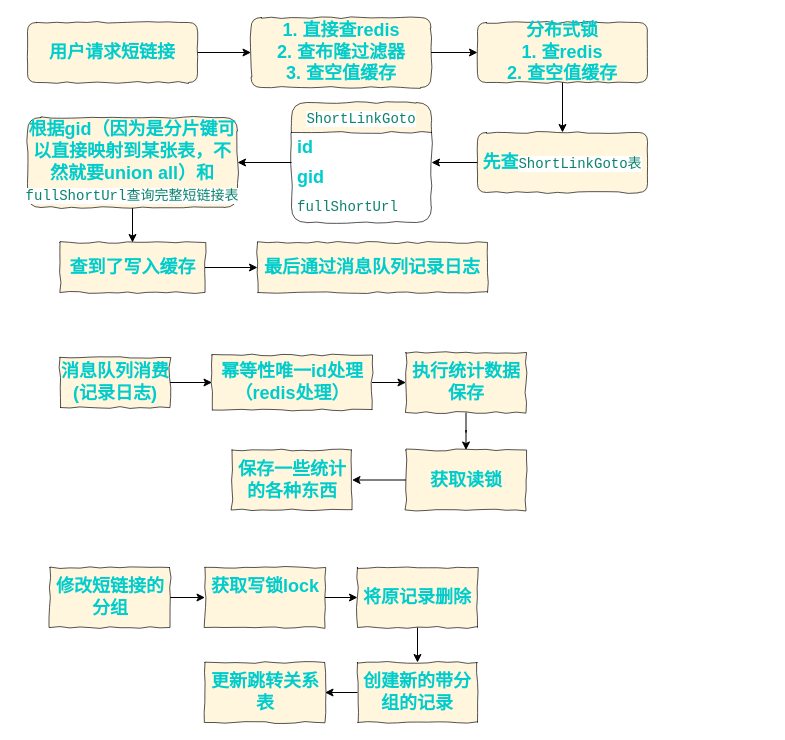
This is redis/短链接读写锁示意图.drawio from lanendiencgr2002/drawio_photos, a draw.io file, before an edit. Source tidied: cells renumbered, new cells numbered last; positions are measured from the earlier drawing's top-left corner, leaving out a move shared by most shapes. Both pictures are drawn from the tidied source at 100%, with x=0, y=0 at pixel (27, 17).
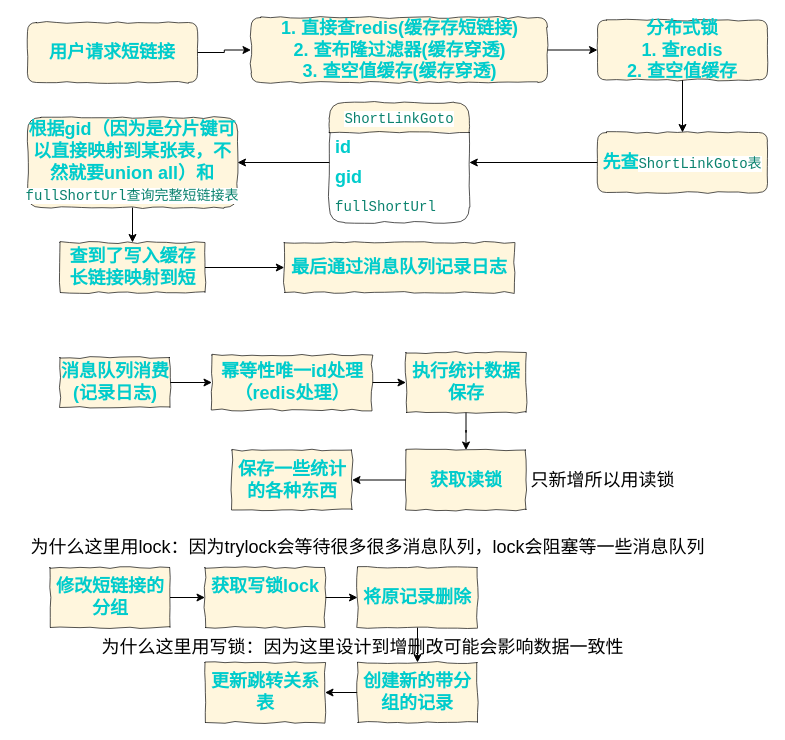
The same page after the edit.

Commit message:
更新短链接读写锁示意图.drawio

The edit, as a diff of the source:
```diff
@@
     <mxCell id="5" value="先查&lt;span style=&quot;color: rgb(10, 130, 110); background-color: rgb(255, 255, 255); font-family: Consolas, &amp;quot;Courier New&amp;quot;, monospace; font-size: 14px; font-weight: normal; white-space: pre;&quot;&gt;ShortLinkGoto表&lt;/span&gt;" style="rounded=1;whiteSpace=wrap;html=1;fontSize=18;textShadow=0;fontStyle=1;comic=1;fillColor=#fff2cc;strokeColor=default;autosizeGrid=1;gradientColor=none;opacity=67;fontColor=light-dark(#00CCCC,#FF9090);labelBackgroundColor=none;labelBorderColor=none;horizontal=1;fontFamily=Helvetica;" parent="1" vertex="1">
-      <mxGeometry x="450" y="115" width="170" height="60" as="geometry" />
+      <mxGeometry x="570" y="115" width="170" height="60" as="geometry" />
     </mxCell>
@@
     <mxCell id="7" value="&lt;span style=&quot;color: rgb(10, 130, 110); font-family: Consolas, &amp;quot;Courier New&amp;quot;, monospace; font-size: 14px; white-space: pre; background-color: rgb(255, 255, 255);&quot;&gt;ShortLinkGoto&lt;/span&gt;" style="swimlane;fontStyle=0;horizontal=1;startSize=30;whiteSpace=wrap;html=1;rounded=1;comic=1;opacity=67;strokeColor=default;align=center;verticalAlign=middle;fontFamily=Helvetica;fontSize=18;fontColor=light-dark(#00CCCC,#FF9090);labelBorderColor=none;labelBackgroundColor=none;fillColor=#fff2cc;gradientColor=none;arcSize=17;" parent="1" vertex="1">
-      <mxGeometry x="264" y="85" width="140" height="120" as="geometry" />
+      <mxGeometry x="301.8" y="85" width="140" height="120" as="geometry" />
     </mxCell>
@@
-    <mxCell id="14" value="1.&amp;nbsp;直接查redis&lt;div&gt;2. 查布隆过滤器&lt;/div&gt;&lt;div&gt;3.&amp;nbsp;查空值缓存&lt;/div&gt;" style="rounded=1;whiteSpace=wrap;html=1;fontSize=18;textShadow=0;fontStyle=1;comic=1;fillColor=#fff2cc;strokeColor=default;autosizeGrid=1;gradientColor=none;opacity=67;fontColor=light-dark(#00CCCC,#FF9090);labelBackgroundColor=none;labelBorderColor=none;horizontal=1;fontFamily=Helvetica;" parent="1" vertex="1">
-      <mxGeometry x="223.5" width="180" height="70" as="geometry" />
+    <mxCell id="14" value="1.&amp;nbsp;直接查redis(缓存存短链接)&lt;div&gt;2. 查布隆过滤器(缓存穿透)&lt;/div&gt;&lt;div&gt;3.&amp;nbsp;查空值缓存(&lt;span style=&quot;background-color: transparent; color: light-dark(rgb(0, 204, 204), rgb(255, 144, 144));&quot;&gt;缓存穿透&lt;/span&gt;&lt;span style=&quot;background-color: transparent; color: light-dark(rgb(0, 204, 204), rgb(255, 144, 144));&quot;&gt;)&lt;/span&gt;&lt;/div&gt;" style="rounded=1;whiteSpace=wrap;html=1;fontSize=18;textShadow=0;fontStyle=1;comic=1;fillColor=#fff2cc;strokeColor=default;autosizeGrid=1;gradientColor=none;opacity=67;fontColor=light-dark(#00CCCC,#FF9090);labelBackgroundColor=none;labelBorderColor=none;horizontal=1;fontFamily=Helvetica;" parent="1" vertex="1">
+      <mxGeometry x="223.5" width="296.5" height="65" as="geometry" />
     </mxCell>
@@
     <mxCell id="16" value="分布式锁&lt;div&gt;1. 查redis&lt;/div&gt;&lt;div&gt;2. 查空值缓存&lt;/div&gt;" style="rounded=1;whiteSpace=wrap;html=1;fontSize=18;textShadow=0;fontStyle=1;comic=1;fillColor=#fff2cc;strokeColor=default;autosizeGrid=1;gradientColor=none;opacity=67;fontColor=light-dark(#00CCCC,#FF9090);labelBackgroundColor=none;labelBorderColor=none;horizontal=1;fontFamily=Helvetica;" parent="1" vertex="1">
-      <mxGeometry x="450" y="5" width="170" height="60" as="geometry" />
+      <mxGeometry x="570" y="2.5" width="170" height="60" as="geometry" />
     </mxCell>
@@
-    <mxCell id="18" value="查到了写入缓存" style="rounded=0;whiteSpace=wrap;html=1;comic=1;opacity=67;strokeColor=default;align=center;verticalAlign=middle;fontFamily=Helvetica;fontSize=18;fontColor=light-dark(#00CCCC,#FF9090);fontStyle=1;labelBorderColor=none;labelBackgroundColor=none;fillColor=#fff2cc;gradientColor=none;" parent="1" vertex="1">
+    <mxCell id="18" value="查到了写入缓存&lt;div&gt;长链接映射到短&lt;/div&gt;" style="rounded=0;whiteSpace=wrap;html=1;comic=1;opacity=67;strokeColor=default;align=center;verticalAlign=middle;fontFamily=Helvetica;fontSize=18;fontColor=light-dark(#00CCCC,#FF9090);fontStyle=1;labelBorderColor=none;labelBackgroundColor=none;fillColor=#fff2cc;gradientColor=none;" parent="1" vertex="1">
       <mxGeometry x="32.5" y="225" width="145" height="50" as="geometry" />
     </mxCell>
     <mxCell id="19" value="最后通过消息队列记录日志" style="rounded=0;whiteSpace=wrap;html=1;comic=1;opacity=67;strokeColor=default;align=center;verticalAlign=middle;fontFamily=Helvetica;fontSize=18;fontColor=light-dark(#00CCCC,#FF9090);fontStyle=1;labelBorderColor=none;labelBackgroundColor=none;fillColor=#fff2cc;gradientColor=none;" parent="1" vertex="1">
-      <mxGeometry x="230" y="225" width="230" height="50" as="geometry" />
+      <mxGeometry x="256.8" y="225" width="230" height="50" as="geometry" />
     </mxCell>
@@
+    <mxCell id="38" value="&lt;font style=&quot;font-size: 18px;&quot;&gt;为什么这里用lock：因为trylock会等待很多很多消息队列，lock会阻塞等一些消息队列&lt;/font&gt;" style="text;html=1;align=center;verticalAlign=middle;strokeColor=none;fillColor=none;" parent="1" vertex="1">
+      <mxGeometry x="-10" y="510" width="700" height="40" as="geometry" />
+    </mxCell>
+    <mxCell id="39" value="&lt;font style=&quot;font-size: 18px;&quot;&gt;为什么这里用写锁：因为这里设计到增删改可能会影响数据一致性&lt;/font&gt;" style="text;html=1;align=center;verticalAlign=middle;strokeColor=none;fillColor=none;" parent="1" vertex="1">
+      <mxGeometry x="60" y="610" width="550" height="40" as="geometry" />
+    </mxCell>
+    <mxCell id="40" value="只新增所以用读锁" style="text;html=1;align=center;verticalAlign=middle;strokeColor=none;fillColor=none;fontSize=18;" parent="1" vertex="1">
+      <mxGeometry x="490" y="442.5" width="170" height="40" as="geometry" />
+    </mxCell>
```
